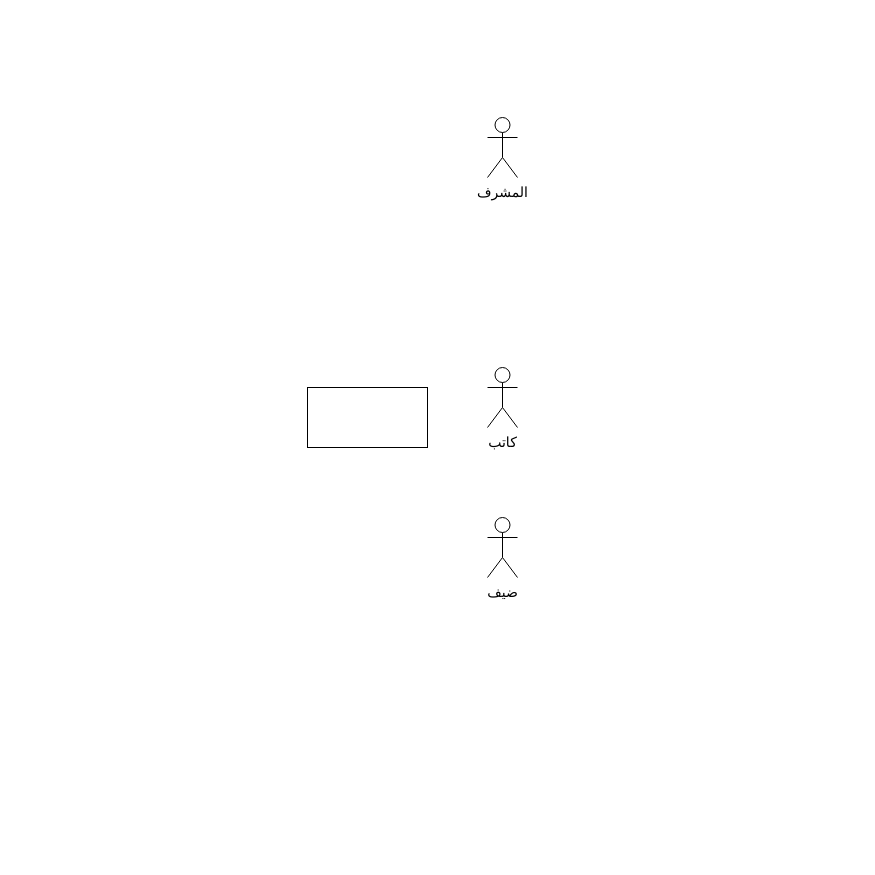
Above: page "المستخدمين والمهام" (1 of 5) of Diagram.drawio in a7medKhalid/waqf-raqmy (draw.io), before the change. Source tidied: cells renumbered, new cells numbered last; positions are measured from the earlier drawing's top-left corner, leaving out a move shared by most shapes. Both pictures are drawn from the tidied source at 100%, with x=0, y=0 at pixel (307, 117).
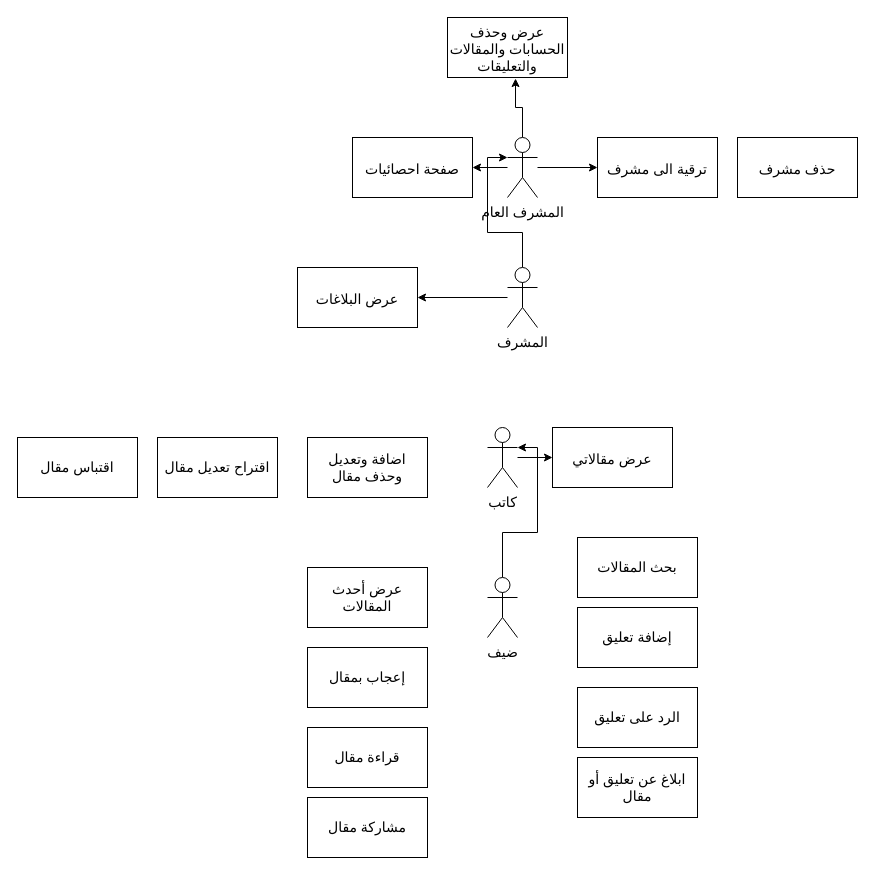
After the change.

Commit message:
usecase, sequnce, database diagrams created

What changed in the source:
```diff
@@
+    <mxCell id="6" style="edgeStyle=orthogonalEdgeStyle;rounded=0;jettySize=auto;html=1;fontSize=14;" parent="1" edge="1" source="2" target="29">
+      <mxGeometry relative="1" as="geometry" />
+    </mxCell>
     <mxCell id="2" value="كاتب" style="shape=umlActor;verticalLabelPosition=bottom;verticalAlign=top;html=1;outlineConnect=0;strokeWidth=1;fontStyle=0;fontSize=14;" parent="1" vertex="1">
-      <mxGeometry x="180" y="250" width="30" height="60" as="geometry" />
+      <mxGeometry x="180" y="310" width="30" height="60" as="geometry" />
     </mxCell>
+    <mxCell id="7" style="edgeStyle=orthogonalEdgeStyle;rounded=0;jettySize=auto;html=1;entryX=1;entryY=0.3333333333333333;entryDx=0;entryDy=0;entryPerimeter=0;fontSize=14;" parent="1" edge="1" source="3" target="2">
+      <mxGeometry relative="1" as="geometry" />
+    </mxCell>
     <mxCell id="3" value="ضيف" style="shape=umlActor;verticalLabelPosition=bottom;verticalAlign=top;html=1;outlineConnect=0;strokeWidth=1;fontStyle=0;fontSize=14;" parent="1" vertex="1">
-      <mxGeometry x="180" y="400" width="30" height="60" as="geometry" />
+      <mxGeometry x="180" y="460" width="30" height="60" as="geometry" />
     </mxCell>
+    <mxCell id="8" style="edgeStyle=orthogonalEdgeStyle;rounded=0;jettySize=auto;html=1;fontSize=14;" parent="1" edge="1" source="4" target="19">
+      <mxGeometry relative="1" as="geometry" />
+    </mxCell>
+    <mxCell id="9" style="edgeStyle=orthogonalEdgeStyle;rounded=0;jettySize=auto;html=1;entryX=0;entryY=0.3333333333333333;entryDx=0;entryDy=0;entryPerimeter=0;fontSize=14;" parent="1" edge="1" source="4" target="25">
+      <mxGeometry relative="1" as="geometry" />
+    </mxCell>
     <mxCell id="4" value="المشرف" style="shape=umlActor;verticalLabelPosition=bottom;verticalAlign=top;html=1;outlineConnect=0;strokeWidth=1;fontStyle=0;fontSize=14;" parent="1" vertex="1">
-      <mxGeometry x="180" width="30" height="60" as="geometry" />
+      <mxGeometry x="200" y="150" width="30" height="60" as="geometry" />
     </mxCell>
-    <mxCell id="5" style="whiteSpace=wrap;html=1;fontSize=14;strokeWidth=1;" parent="1" vertex="1">
-      <mxGeometry y="270" width="120" height="60" as="geometry" />
+    <mxCell id="5" value="اضافة وتعديل وحذف مقال" style="whiteSpace=wrap;html=1;fontSize=14;strokeWidth=1;" parent="1" vertex="1">
+      <mxGeometry y="320" width="120" height="60" as="geometry" />
     </mxCell>
+    <mxCell id="10" value="قراءة مقال" style="whiteSpace=wrap;html=1;fontSize=14;strokeWidth=1;" parent="1" vertex="1">
+      <mxGeometry y="610" width="120" height="60" as="geometry" />
+    </mxCell>
+    <mxCell id="11" value="عرض أحدث المقالات" style="whiteSpace=wrap;html=1;fontSize=14;strokeWidth=1;" parent="1" vertex="1">
+      <mxGeometry y="450" width="120" height="60" as="geometry" />
+    </mxCell>
+    <mxCell id="12" value="اقتراح تعديل مقال" style="whiteSpace=wrap;html=1;fontSize=14;strokeWidth=1;" parent="1" vertex="1">
+      <mxGeometry x="-150" y="320" width="120" height="60" as="geometry" />
+    </mxCell>
+    <mxCell id="13" value="اقتباس مقال" style="whiteSpace=wrap;html=1;fontSize=14;strokeWidth=1;" parent="1" vertex="1">
+      <mxGeometry x="-290" y="320" width="120" height="60" as="geometry" />
+    </mxCell>
+    <mxCell id="14" value="إعجاب بمقال" style="whiteSpace=wrap;html=1;fontSize=14;strokeWidth=1;" parent="1" vertex="1">
+      <mxGeometry y="530" width="120" height="60" as="geometry" />
+    </mxCell>
+    <mxCell id="15" value="بحث المقالات" style="whiteSpace=wrap;html=1;fontSize=14;strokeWidth=1;" parent="1" vertex="1">
+      <mxGeometry x="270" y="420" width="120" height="60" as="geometry" />
+    </mxCell>
+    <mxCell id="16" value="إضافة تعليق" style="whiteSpace=wrap;html=1;fontSize=14;strokeWidth=1;" parent="1" vertex="1">
+      <mxGeometry x="270" y="490" width="120" height="60" as="geometry" />
+    </mxCell>
+    <mxCell id="17" value="ابلاغ عن تعليق أو مقال" style="whiteSpace=wrap;html=1;fontSize=14;strokeWidth=1;" parent="1" vertex="1">
+      <mxGeometry x="270" y="640" width="120" height="60" as="geometry" />
+    </mxCell>
+    <mxCell id="18" value="الرد على تعليق" style="whiteSpace=wrap;html=1;fontSize=14;strokeWidth=1;" parent="1" vertex="1">
+      <mxGeometry x="270" y="570" width="120" height="60" as="geometry" />
+    </mxCell>
+    <mxCell id="19" value="&lt;br&gt;عرض البلاغات&lt;br&gt;" style="whiteSpace=wrap;html=1;fontSize=14;fontStyle=0;verticalAlign=top;strokeWidth=1;" parent="1" vertex="1">
+      <mxGeometry x="-10" y="150" width="120" height="60" as="geometry" />
+    </mxCell>
+    <mxCell id="20" value="عرض وحذف الحسابات والمقالات والتعليقات" style="whiteSpace=wrap;html=1;fontSize=14;fontStyle=0;verticalAlign=top;strokeWidth=1;" parent="1" vertex="1">
+      <mxGeometry x="140" y="-100" width="120" height="60" as="geometry" />
+    </mxCell>
+    <mxCell id="21" value="&lt;br&gt;ترقية الى مشرف" style="whiteSpace=wrap;html=1;fontSize=14;fontStyle=0;verticalAlign=top;strokeWidth=1;" parent="1" vertex="1">
+      <mxGeometry x="290" y="20" width="120" height="60" as="geometry" />
+    </mxCell>
+    <mxCell id="22" style="edgeStyle=orthogonalEdgeStyle;rounded=0;jettySize=auto;html=1;entryX=0;entryY=0.5;entryDx=0;entryDy=0;fontSize=14;" parent="1" edge="1" source="25" target="21">
+      <mxGeometry relative="1" as="geometry" />
+    </mxCell>
+    <mxCell id="23" style="edgeStyle=orthogonalEdgeStyle;rounded=0;jettySize=auto;html=1;fontSize=14;" parent="1" edge="1" source="25" target="28">
+      <mxGeometry relative="1" as="geometry" />
+    </mxCell>
+    <mxCell id="24" style="edgeStyle=orthogonalEdgeStyle;rounded=0;jettySize=auto;html=1;entryX=0.567;entryY=1.017;entryDx=0;entryDy=0;entryPerimeter=0;fontSize=14;" parent="1" edge="1" source="25" target="20">
+      <mxGeometry relative="1" as="geometry" />
+    </mxCell>
+    <mxCell id="25" value="المشرف العام" style="shape=umlActor;verticalLabelPosition=bottom;verticalAlign=top;html=1;outlineConnect=0;strokeWidth=1;fontStyle=0;fontSize=14;" parent="1" vertex="1">
+      <mxGeometry x="200" y="20" width="30" height="60" as="geometry" />
+    </mxCell>
+    <mxCell id="26" value="&lt;br&gt;حذف مشرف" style="whiteSpace=wrap;html=1;fontSize=14;fontStyle=0;verticalAlign=top;strokeWidth=1;" parent="1" vertex="1">
+      <mxGeometry x="430" y="20" width="120" height="60" as="geometry" />
+    </mxCell>
+    <mxCell id="27" value="مشاركة مقال" style="whiteSpace=wrap;html=1;fontSize=14;strokeWidth=1;" parent="1" vertex="1">
+      <mxGeometry y="680" width="120" height="60" as="geometry" />
+    </mxCell>
+    <mxCell id="28" value="&lt;br&gt;صفحة احصائيات&lt;br&gt;" style="whiteSpace=wrap;html=1;fontSize=14;fontStyle=0;verticalAlign=top;strokeWidth=1;" parent="1" vertex="1">
+      <mxGeometry x="45" y="20" width="120" height="60" as="geometry" />
+    </mxCell>
+    <mxCell id="29" value="&lt;span&gt;&lt;br&gt;عرض مقالاتي&lt;/span&gt;" style="whiteSpace=wrap;html=1;fontSize=14;fontStyle=0;verticalAlign=top;strokeWidth=1;" parent="1" vertex="1">
+      <mxGeometry x="245" y="310" width="120" height="60" as="geometry" />
+    </mxCell>
```
